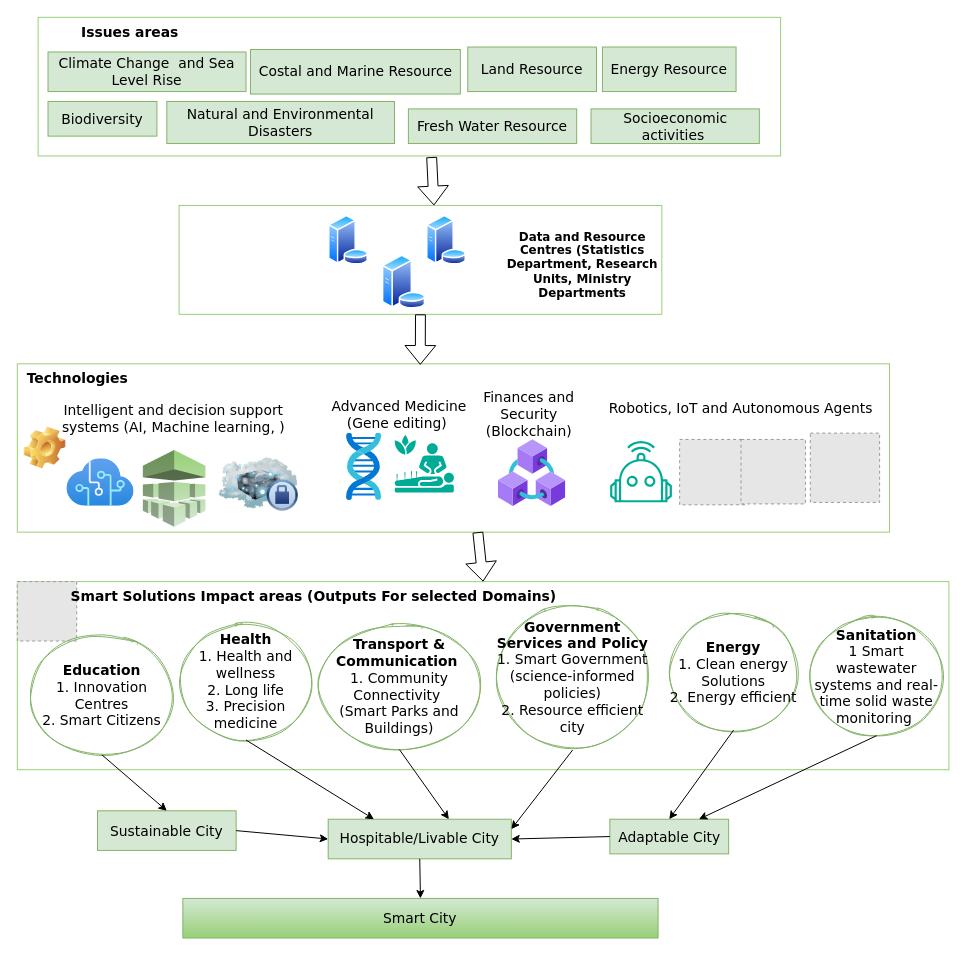
Earlier version of the draw.io diagram page "BarbudaSmart" (2 of 2) of SystemReasoningOverview.drawio (Kibolabs/Diagrams). Source tidied: cells renumbered, new cells numbered last; positions are measured from the earlier drawing's top-left corner, leaving out a move shared by most shapes. Both pictures are drawn from the tidied source at 99%, with x=0, y=0 at pixel (17, 17). Pictures stored in the file or linked from it are replaced by grey dashed boxes.
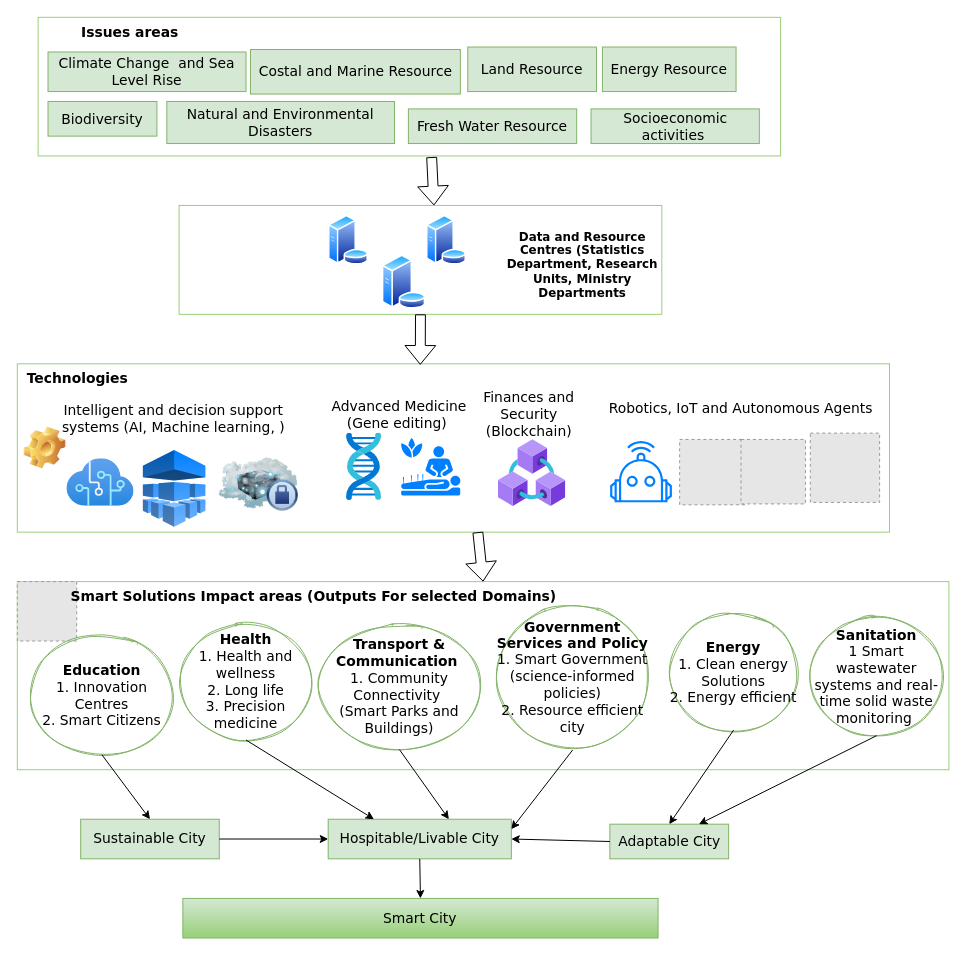
The same page after the edit.

Diff of the diagram source:
```diff
@@
     <mxCell id="10" value="Adaptable City" style="rounded=0;whiteSpace=wrap;html=1;fontFamily=Verdana;fontSize=14;fillColor=#d5e8d4;strokeColor=#82b366;" parent="1" vertex="1">
-      <mxGeometry x="598.5" y="810" width="120" height="35" as="geometry" />
+      <mxGeometry x="598.5" y="815" width="120" height="35" as="geometry" />
     </mxCell>
     <mxCell id="11" value="Sustainable City" style="rounded=0;whiteSpace=wrap;html=1;fontFamily=Verdana;fontSize=14;fillColor=#d5e8d4;strokeColor=#82b366;" parent="1" vertex="1">
-      <mxGeometry x="81" y="801.5" width="140" height="40" as="geometry" />
+      <mxGeometry x="64" y="810" width="140" height="40" as="geometry" />
     </mxCell>
@@
-    <mxCell id="22" style="dashed=0;verticalLabelPosition=bottom;verticalAlign=top;align=center;html=1;shape=mxgraph.aws3.machine_learning;fontFamily=Verdana;fontSize=14;fontColor=#23A1A6;fillColor=#D5E8D4;gradientColor=#97D077;gradientDirection=north;" parent="1" vertex="1">
+    <mxCell id="22" style="dashed=0;verticalLabelPosition=bottom;verticalAlign=top;align=center;html=1;shape=mxgraph.aws3.machine_learning;fontFamily=Verdana;fontSize=14;fontColor=#23A1A6;fillColor=#73B4FF;gradientColor=#007FFF;gradientDirection=north;" parent="1" vertex="1">
       <mxGeometry x="126.8" y="437" width="63.2" height="77.5" as="geometry" />
     </mxCell>
@@
-    <mxCell id="25" style="sketch=0;gradientDirection=north;dashed=0;verticalLabelPosition=bottom;verticalAlign=top;align=center;html=1;fontSize=14;fontStyle=0;shape=mxgraph.aws4.resourceIcon;resIcon=mxgraph.aws4.robotics;fontFamily=Verdana;strokeColor=#00AB96;fillColor=none;" parent="1" vertex="1">
+    <mxCell id="25" style="sketch=0;gradientDirection=north;dashed=0;verticalLabelPosition=bottom;verticalAlign=top;align=center;html=1;fontSize=14;fontStyle=0;shape=mxgraph.aws4.resourceIcon;resIcon=mxgraph.aws4.robotics;fontFamily=Verdana;strokeColor=#007FFF;fillColor=none;" parent="1" vertex="1">
       <mxGeometry x="591" y="420" width="78" height="78" as="geometry" />
     </mxCell>
@@
-    <mxCell id="57" style="shape=mxgraph.signs.healthcare.alternative_medicine;html=1;fillColor=#00AB96;strokeColor=none;verticalLabelPosition=bottom;verticalAlign=top;align=center;" parent="1" vertex="1">
-      <mxGeometry x="381" y="422" width="60" height="58" as="geometry" />
+    <mxCell id="57" style="shape=mxgraph.signs.healthcare.alternative_medicine;html=1;fillColor=#007FFF;strokeColor=none;verticalLabelPosition=bottom;verticalAlign=top;align=center;fillStyle=solid;" parent="1" vertex="1">
+      <mxGeometry x="387.5" y="425" width="60" height="58" as="geometry" />
     </mxCell>
```
